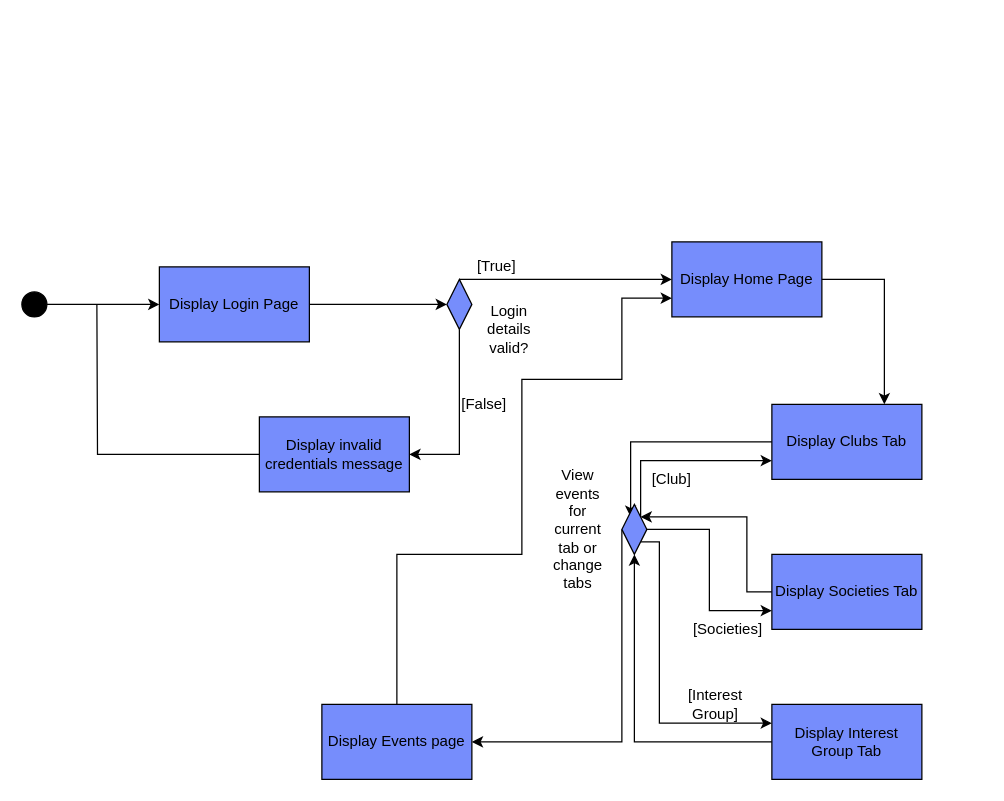
Earlier version of the draw.io diagram Diagrams/Activity Diagram.drawio (Makizoro/Overclock). Source tidied: cells renumbered, new cells numbered last; positions are measured from the earlier drawing's top-left corner, leaving out a move shared by most shapes. Both pictures are drawn from the tidied source at 125%, with x=0, y=0 at pixel (21, 241).
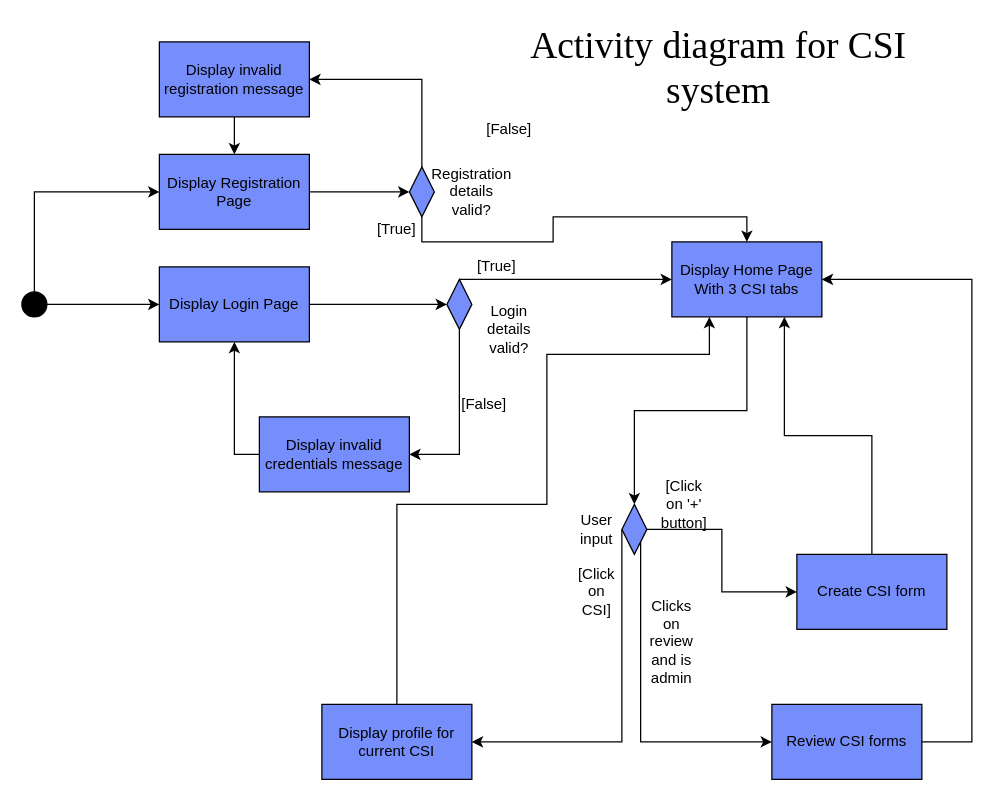
The same diagram, later.

The change refers to these unchanged cells:
```xml
<mxCell id="2" style="ellipse;whiteSpace=wrap;html=1;fillColor=#000000;" parent="1" vertex="1">
  <mxGeometry y="40" width="20" height="20" as="geometry" />
</mxCell>
<mxCell id="4" value="Display Login Page" style="rounded=0;whiteSpace=wrap;html=1;fillColor=#768DFC;strokeColor=#000000;" parent="1" vertex="1">
  <mxGeometry x="110" y="20" width="120" height="60" as="geometry" />
</mxCell>
<mxCell id="11" value="Display invalid credentials message" style="rounded=0;whiteSpace=wrap;html=1;fillColor=#768DFC;strokeColor=#000000;" parent="1" vertex="1">
  <mxGeometry x="190" y="140" width="120" height="60" as="geometry" />
</mxCell>
<mxCell id="28" style="rhombus;whiteSpace=wrap;html=1;fillColor=#768DFC;strokeColor=#000000;" parent="1" vertex="1">
  <mxGeometry x="480" y="210" width="20" height="40" as="geometry" />
</mxCell>
```

The edit, as a diff of the source:
```diff
@@
+    <mxCell id="33" style="edgeStyle=orthogonalEdgeStyle;rounded=0;jettySize=auto;html=1;exitX=0.5;exitY=0;exitDx=0;exitDy=0;entryX=0;entryY=0.5;entryDx=0;entryDy=0;fontFamily=Times New Roman;fontSize=30;" parent="1" edge="1" source="2" target="39">
+      <mxGeometry relative="1" as="geometry" />
+    </mxCell>
@@
-    <mxCell id="10" style="edgeStyle=orthogonalEdgeStyle;rounded=0;jettySize=auto;html=1;exitX=0;exitY=0.5;exitDx=0;exitDy=0;endArrow=none;endFill=0;" parent="1" edge="1" source="11">
-      <mxGeometry relative="1" as="geometry">
-        <mxPoint x="60" y="50" as="targetPoint" />
-      </mxGeometry>
-    </mxCell>
+    <mxCell id="34" style="edgeStyle=orthogonalEdgeStyle;rounded=0;jettySize=auto;html=1;exitX=0;exitY=0.5;exitDx=0;exitDy=0;entryX=0.5;entryY=1;entryDx=0;entryDy=0;fontFamily=Times New Roman;fontSize=30;" parent="1" edge="1" source="11" target="4">
+      <mxGeometry relative="1" as="geometry" />
+    </mxCell>
@@
+    <mxCell id="35" style="edgeStyle=orthogonalEdgeStyle;rounded=0;jettySize=auto;html=1;exitX=0.5;exitY=1;exitDx=0;exitDy=0;entryX=0.5;entryY=0;entryDx=0;entryDy=0;fontFamily=Times New Roman;fontSize=30;" parent="1" edge="1" source="13" target="28">
+      <mxGeometry relative="1" as="geometry" />
+    </mxCell>
-    <mxCell id="13" value="Display Home Page" style="rounded=0;whiteSpace=wrap;html=1;fillColor=#768DFC;strokeColor=#000000;" parent="1" vertex="1">
+    <mxCell id="13" value="Display Home Page&lt;br&gt;With 3 CSI tabs" style="rounded=0;whiteSpace=wrap;html=1;fillColor=#768DFC;strokeColor=#000000;" parent="1" vertex="1">
       <mxGeometry x="520" width="120" height="60" as="geometry" />
     </mxCell>
-    <mxCell id="14" style="edgeStyle=orthogonalEdgeStyle;rounded=0;jettySize=auto;html=1;exitX=1;exitY=0.5;exitDx=0;exitDy=0;entryX=0.75;entryY=0;entryDx=0;entryDy=0;endArrow=classic;endFill=1;" parent="1" edge="1" source="13" target="17">
-      <mxGeometry relative="1" as="geometry" />
-    </mxCell>
@@
-    <mxCell id="16" style="edgeStyle=orthogonalEdgeStyle;rounded=0;orthogonalLoop=1;jettySize=auto;html=1;exitX=0;exitY=0.5;exitDx=0;exitDy=0;endArrow=classic;endFill=1;entryX=0;entryY=0;entryDx=0;entryDy=0;" parent="1" edge="1">
-      <mxGeometry relative="1" as="geometry">
-        <mxPoint x="602" y="160" as="sourcePoint" />
-        <mxPoint x="487" y="220" as="targetPoint" />
-        <Array as="points">
-          <mxPoint x="487" y="160" />
-        </Array>
-      </mxGeometry>
-    </mxCell>
-    <mxCell id="17" value="Display Clubs Tab" style="rounded=0;whiteSpace=wrap;html=1;fillColor=#768DFC;strokeColor=#000000;" parent="1" vertex="1">
-      <mxGeometry x="600" y="130" width="120" height="60" as="geometry" />
-    </mxCell>
-    <mxCell id="18" style="edgeStyle=orthogonalEdgeStyle;rounded=0;jettySize=auto;html=1;exitX=0;exitY=0.5;exitDx=0;exitDy=0;entryX=1;entryY=0;entryDx=0;entryDy=0;endArrow=classic;endFill=1;" parent="1" edge="1" source="19" target="28">
-      <mxGeometry relative="1" as="geometry">
-        <Array as="points">
-          <mxPoint x="580" y="280" />
-          <mxPoint x="580" y="220" />
-        </Array>
-      </mxGeometry>
-    </mxCell>
-    <mxCell id="19" value="Display Societies Tab" style="rounded=0;whiteSpace=wrap;html=1;fillColor=#768DFC;strokeColor=#000000;" parent="1" vertex="1">
-      <mxGeometry x="600" y="250" width="120" height="60" as="geometry" />
-    </mxCell>
-    <mxCell id="20" style="edgeStyle=orthogonalEdgeStyle;rounded=0;jettySize=auto;html=1;exitX=0;exitY=0.5;exitDx=0;exitDy=0;entryX=0.5;entryY=1;entryDx=0;entryDy=0;endArrow=classic;endFill=1;" parent="1" edge="1" source="21" target="28">
-      <mxGeometry relative="1" as="geometry" />
-    </mxCell>
-    <mxCell id="21" value="Display Interest Group Tab" style="rounded=0;whiteSpace=wrap;html=1;fillColor=#768DFC;strokeColor=#000000;" parent="1" vertex="1">
-      <mxGeometry x="600" y="370" width="120" height="60" as="geometry" />
-    </mxCell>
-    <mxCell id="22" value="[Societies]" style="text;html=1;strokeColor=none;fillColor=none;align=center;verticalAlign=middle;whiteSpace=wrap;rounded=0;" parent="1" vertex="1">
-      <mxGeometry x="540" y="300" width="50" height="20" as="geometry" />
-    </mxCell>
-    <mxCell id="23" value="[Interest Group]" style="text;html=1;strokeColor=none;fillColor=none;align=center;verticalAlign=middle;whiteSpace=wrap;rounded=0;" parent="1" vertex="1">
-      <mxGeometry x="530" y="360" width="50" height="20" as="geometry" />
-    </mxCell>
@@
-    <mxCell id="25" style="edgeStyle=orthogonalEdgeStyle;rounded=0;jettySize=auto;html=1;exitX=1;exitY=0;exitDx=0;exitDy=0;entryX=0;entryY=0.75;entryDx=0;entryDy=0;" parent="1" edge="1" source="28" target="17">
-      <mxGeometry relative="1" as="geometry">
-        <Array as="points">
-          <mxPoint x="495" y="175" />
-        </Array>
-      </mxGeometry>
-    </mxCell>
-    <mxCell id="26" style="edgeStyle=orthogonalEdgeStyle;rounded=0;jettySize=auto;html=1;exitX=1;exitY=0.5;exitDx=0;exitDy=0;entryX=0;entryY=0.75;entryDx=0;entryDy=0;" parent="1" edge="1" source="28" target="19">
-      <mxGeometry relative="1" as="geometry" />
-    </mxCell>
-    <mxCell id="27" style="edgeStyle=orthogonalEdgeStyle;rounded=0;jettySize=auto;html=1;exitX=1;exitY=1;exitDx=0;exitDy=0;entryX=0;entryY=0.25;entryDx=0;entryDy=0;" parent="1" edge="1" source="28" target="21">
-      <mxGeometry relative="1" as="geometry">
-        <Array as="points">
-          <mxPoint x="510" y="240" />
-          <mxPoint x="510" y="385" />
-        </Array>
-      </mxGeometry>
-    </mxCell>
+    <mxCell id="36" style="edgeStyle=orthogonalEdgeStyle;rounded=0;jettySize=auto;html=1;exitX=1;exitY=0.5;exitDx=0;exitDy=0;entryX=0;entryY=0.5;entryDx=0;entryDy=0;fontFamily=Times New Roman;fontSize=30;" parent="1" edge="1" source="28" target="50">
+      <mxGeometry relative="1" as="geometry" />
+    </mxCell>
+    <mxCell id="37" style="edgeStyle=orthogonalEdgeStyle;rounded=0;jettySize=auto;html=1;exitX=1;exitY=1;exitDx=0;exitDy=0;entryX=0;entryY=0.5;entryDx=0;entryDy=0;fontFamily=Times New Roman;fontSize=30;" parent="1" edge="1" source="28" target="53">
+      <mxGeometry relative="1" as="geometry">
+        <Array as="points">
+          <mxPoint x="495" y="400" />
+        </Array>
+      </mxGeometry>
+    </mxCell>
@@
-    <mxCell id="29" value="View events for current tab or change tabs" style="text;html=1;strokeColor=none;fillColor=none;align=center;verticalAlign=middle;whiteSpace=wrap;rounded=0;" parent="1" vertex="1">
-      <mxGeometry x="425" y="220" width="40" height="20" as="geometry" />
+    <mxCell id="29" value="User input" style="text;html=1;strokeColor=none;fillColor=none;align=center;verticalAlign=middle;whiteSpace=wrap;rounded=0;" parent="1" vertex="1">
+      <mxGeometry x="440" y="220" width="40" height="20" as="geometry" />
     </mxCell>
-    <mxCell id="30" style="edgeStyle=orthogonalEdgeStyle;rounded=0;jettySize=auto;html=1;exitX=0.5;exitY=0;exitDx=0;exitDy=0;entryX=0;entryY=0.75;entryDx=0;entryDy=0;endArrow=classic;endFill=1;" parent="1" edge="1" source="31" target="13">
+    <mxCell id="30" style="edgeStyle=orthogonalEdgeStyle;rounded=0;jettySize=auto;html=1;exitX=0.5;exitY=0;exitDx=0;exitDy=0;entryX=0.25;entryY=1;entryDx=0;entryDy=0;fontFamily=Times New Roman;fontSize=30;" parent="1" edge="1" source="31" target="13">
       <mxGeometry relative="1" as="geometry">
         <Array as="points">
-          <mxPoint x="300" y="250" />
-          <mxPoint x="400" y="250" />
-          <mxPoint x="400" y="110" />
-          <mxPoint x="480" y="110" />
-          <mxPoint x="480" y="45" />
+          <mxPoint x="300" y="210" />
+          <mxPoint x="420" y="210" />
+          <mxPoint x="420" y="90" />
+          <mxPoint x="550" y="90" />
         </Array>
       </mxGeometry>
     </mxCell>
-    <mxCell id="31" value="Display Events page" style="rounded=0;whiteSpace=wrap;html=1;fillColor=#768DFC;strokeColor=#000000;" parent="1" vertex="1">
+    <mxCell id="31" value="Display profile for current CSI" style="rounded=0;whiteSpace=wrap;html=1;fillColor=#768DFC;strokeColor=#000000;" parent="1" vertex="1">
       <mxGeometry x="240" y="370" width="120" height="60" as="geometry" />
     </mxCell>
-    <mxCell id="32" value="[Club]" style="text;html=1;strokeColor=none;fillColor=none;align=center;verticalAlign=middle;whiteSpace=wrap;rounded=0;" parent="1" vertex="1">
-      <mxGeometry x="500" y="180" width="40" height="20" as="geometry" />
-    </mxCell>
+    <mxCell id="38" style="edgeStyle=orthogonalEdgeStyle;rounded=0;jettySize=auto;html=1;exitX=1;exitY=0.5;exitDx=0;exitDy=0;entryX=0;entryY=0.5;entryDx=0;entryDy=0;fontFamily=Times New Roman;fontSize=30;" parent="1" edge="1" source="39" target="42">
+      <mxGeometry relative="1" as="geometry" />
+    </mxCell>
+    <mxCell id="39" value="Display Registration Page" style="rounded=0;whiteSpace=wrap;html=1;fillColor=#768DFC;strokeColor=#000000;" parent="1" vertex="1">
+      <mxGeometry x="110" y="-70" width="120" height="60" as="geometry" />
+    </mxCell>
+    <mxCell id="40" style="edgeStyle=orthogonalEdgeStyle;rounded=0;jettySize=auto;html=1;exitX=0.5;exitY=1;exitDx=0;exitDy=0;entryX=0.5;entryY=0;entryDx=0;entryDy=0;fontFamily=Times New Roman;fontSize=30;" parent="1" edge="1" source="42" target="13">
+      <mxGeometry relative="1" as="geometry" />
+    </mxCell>
+    <mxCell id="41" style="edgeStyle=orthogonalEdgeStyle;rounded=0;jettySize=auto;html=1;exitX=0.5;exitY=0;exitDx=0;exitDy=0;entryX=1;entryY=0.5;entryDx=0;entryDy=0;fontFamily=Times New Roman;fontSize=30;" parent="1" edge="1" source="42" target="47">
+      <mxGeometry relative="1" as="geometry" />
+    </mxCell>
+    <mxCell id="42" style="rhombus;whiteSpace=wrap;html=1;fillColor=#768DFC;strokeColor=#000000;" parent="1" vertex="1">
+      <mxGeometry x="310" y="-60" width="20" height="40" as="geometry" />
+    </mxCell>
+    <mxCell id="43" value="Registration details valid?" style="text;html=1;strokeColor=none;fillColor=none;align=center;verticalAlign=middle;whiteSpace=wrap;rounded=0;" parent="1" vertex="1">
+      <mxGeometry x="340" y="-50" width="40" height="20" as="geometry" />
+    </mxCell>
+    <mxCell id="44" value="[True]" style="text;html=1;strokeColor=none;fillColor=none;align=center;verticalAlign=middle;whiteSpace=wrap;rounded=0;" parent="1" vertex="1">
+      <mxGeometry x="280" y="-20" width="40" height="20" as="geometry" />
+    </mxCell>
+    <mxCell id="45" value="[False]" style="text;html=1;strokeColor=none;fillColor=none;align=center;verticalAlign=middle;whiteSpace=wrap;rounded=0;" parent="1" vertex="1">
+      <mxGeometry x="370" y="-100" width="40" height="20" as="geometry" />
+    </mxCell>
+    <mxCell id="46" style="edgeStyle=orthogonalEdgeStyle;rounded=0;jettySize=auto;html=1;exitX=0.5;exitY=1;exitDx=0;exitDy=0;entryX=0.5;entryY=0;entryDx=0;entryDy=0;fontFamily=Times New Roman;fontSize=30;" parent="1" edge="1" source="47" target="39">
+      <mxGeometry relative="1" as="geometry" />
+    </mxCell>
+    <mxCell id="47" value="Display invalid registration message" style="rounded=0;whiteSpace=wrap;html=1;fillColor=#768DFC;strokeColor=#000000;" parent="1" vertex="1">
+      <mxGeometry x="110" y="-160" width="120" height="60" as="geometry" />
+    </mxCell>
+    <mxCell id="48" value="[Click on CSI]" style="text;html=1;strokeColor=none;fillColor=none;align=center;verticalAlign=middle;whiteSpace=wrap;rounded=0;" parent="1" vertex="1">
+      <mxGeometry x="440" y="270" width="40" height="20" as="geometry" />
+    </mxCell>
+    <mxCell id="49" style="edgeStyle=orthogonalEdgeStyle;rounded=0;jettySize=auto;html=1;exitX=0.5;exitY=0;exitDx=0;exitDy=0;entryX=0.75;entryY=1;entryDx=0;entryDy=0;fontFamily=Times New Roman;fontSize=30;" parent="1" edge="1" source="50" target="13">
+      <mxGeometry relative="1" as="geometry" />
+    </mxCell>
+    <mxCell id="50" value="Create CSI form" style="rounded=0;whiteSpace=wrap;html=1;fillColor=#768DFC;strokeColor=#000000;" parent="1" vertex="1">
+      <mxGeometry x="620" y="250" width="120" height="60" as="geometry" />
+    </mxCell>
+    <mxCell id="51" value="[Click on '+' button]" style="text;html=1;strokeColor=none;fillColor=none;align=center;verticalAlign=middle;whiteSpace=wrap;rounded=0;" parent="1" vertex="1">
+      <mxGeometry x="510" y="200" width="40" height="20" as="geometry" />
+    </mxCell>
+    <mxCell id="52" style="edgeStyle=orthogonalEdgeStyle;rounded=0;jettySize=auto;html=1;exitX=1;exitY=0.5;exitDx=0;exitDy=0;fontFamily=Times New Roman;fontSize=30;entryX=1;entryY=0.5;entryDx=0;entryDy=0;" parent="1" edge="1" source="53" target="13">
+      <mxGeometry relative="1" as="geometry">
+        <Array as="points">
+          <mxPoint x="760" y="400" />
+          <mxPoint x="760" y="30" />
+        </Array>
+      </mxGeometry>
+    </mxCell>
+    <mxCell id="53" value="Review CSI forms" style="rounded=0;whiteSpace=wrap;html=1;fillColor=#768DFC;strokeColor=#000000;" parent="1" vertex="1">
+      <mxGeometry x="600" y="370" width="120" height="60" as="geometry" />
+    </mxCell>
+    <mxCell id="54" value="Clicks on review and is admin" style="text;html=1;strokeColor=none;fillColor=none;align=center;verticalAlign=middle;whiteSpace=wrap;rounded=0;" parent="1" vertex="1">
+      <mxGeometry x="500" y="310" width="40" height="20" as="geometry" />
+    </mxCell>
+    <mxCell id="55" value="Activity diagram for CSI system" style="text;html=1;strokeColor=none;fillColor=none;align=center;verticalAlign=middle;whiteSpace=wrap;rounded=0;fontFamily=Times New Roman;fontSize=30;" parent="1" vertex="1">
+      <mxGeometry x="380" y="-150" width="355" height="20" as="geometry" />
+    </mxCell>
```
